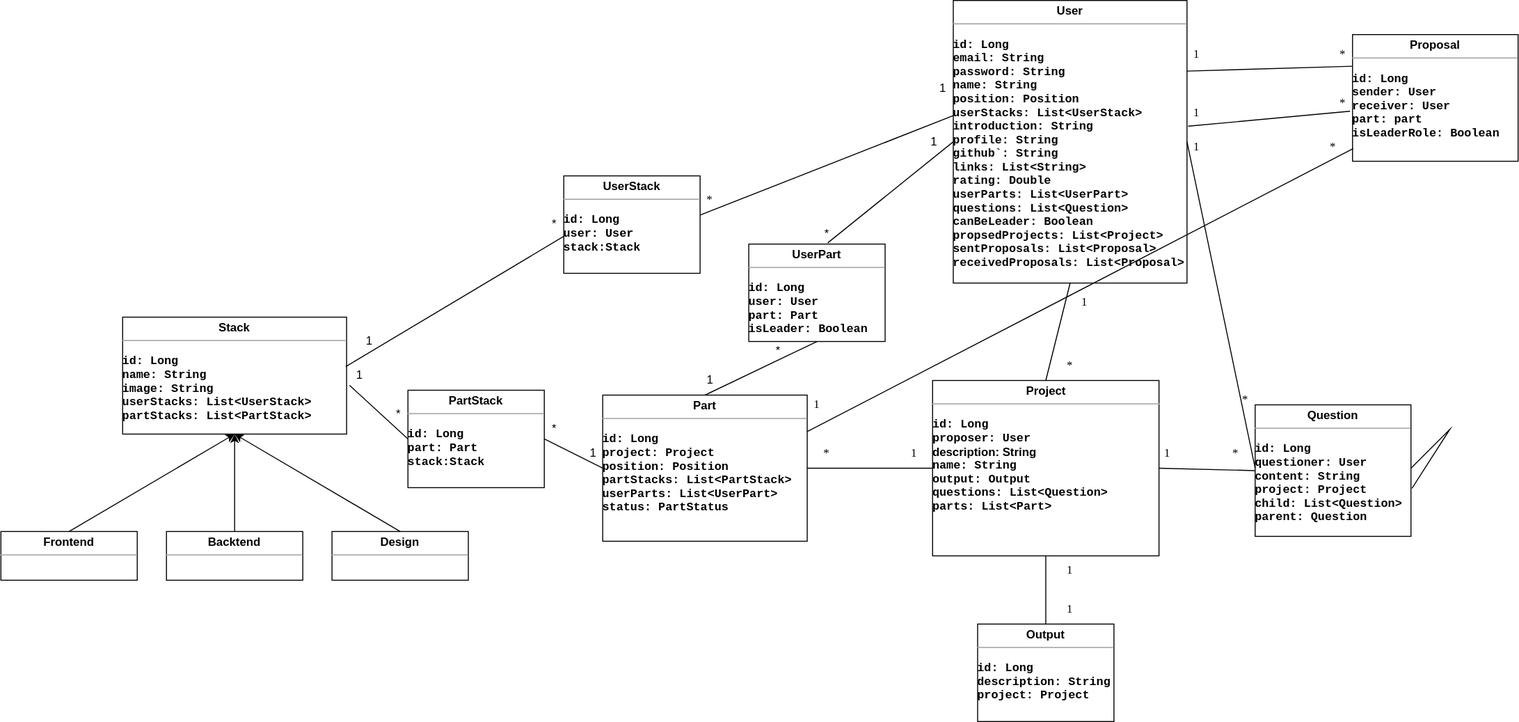
Before: entity_diagram.drawio.svg, a diagram exported from draw.io (zelo0/cruit). Source tidied: cells renumbered, new cells last; positions are measured from the earlier drawing's top-left corner, leaving out a move shared by most shapes.
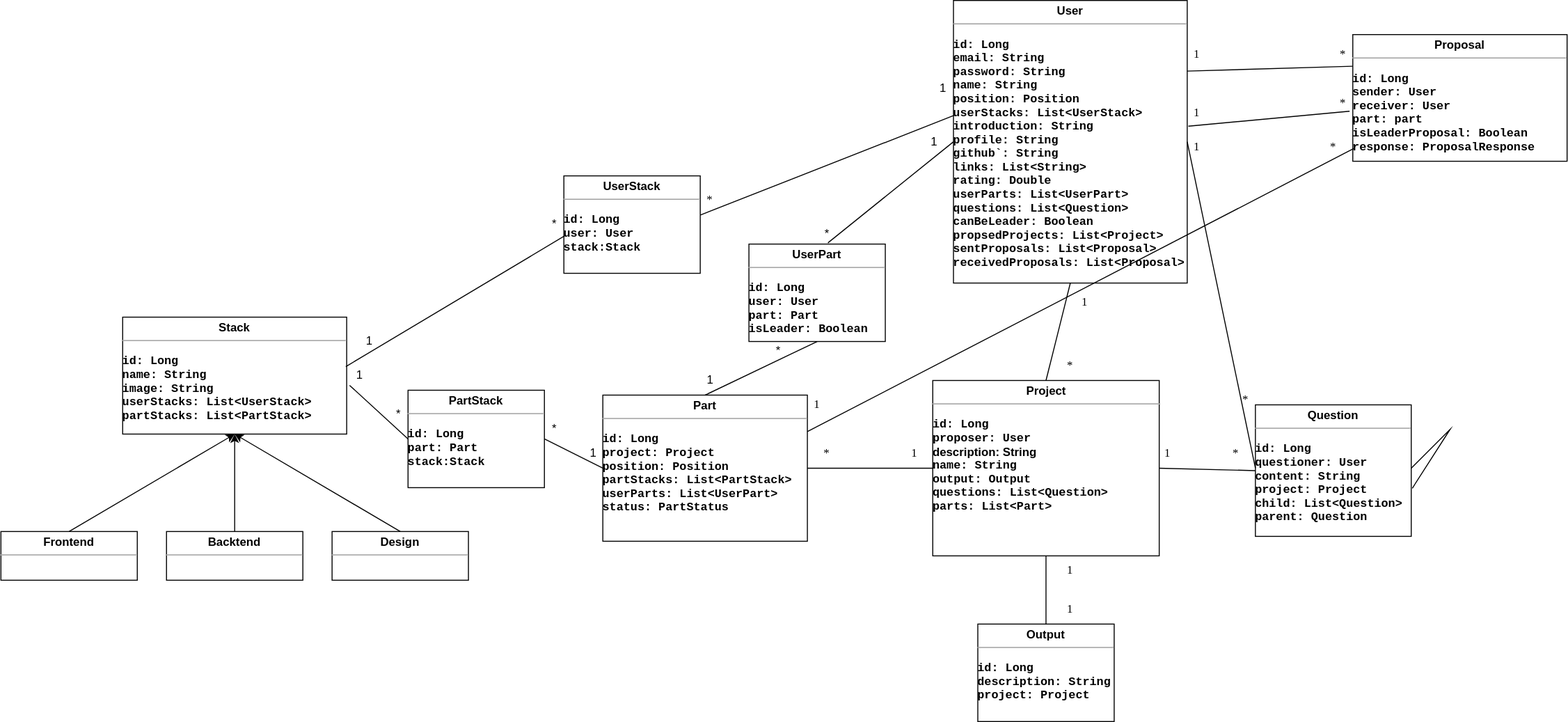
Later version of the same file.

Commit message:
isLeaderRole -> isLeaderProposal

What changed in the source:
```diff
@@ -159,8 +159,8 @@
     <mxCell id="51" value="&lt;pre style=&quot;background-color: #2b2b2b ; color: #a9b7c6 ; font-size: 9.8pt&quot;&gt;&lt;br&gt;&lt;/pre&gt;" style="text;whiteSpace=wrap;html=1;" parent="1" vertex="1">
       <mxGeometry x="958" y="300" width="30" height="60" as="geometry" />
     </mxCell>
-    <mxCell id="52" value="&lt;p style=&quot;margin: 0px ; margin-top: 4px ; text-align: center&quot;&gt;&lt;b&gt;Proposal&lt;/b&gt;&lt;/p&gt;&lt;hr size=&quot;1&quot;&gt;&lt;p&gt;&lt;/p&gt;&lt;pre style=&quot;height: 2px ; line-height: 1.5&quot;&gt;&lt;b&gt;id: Long&lt;/b&gt;&lt;/pre&gt;&lt;pre style=&quot;height: 2px ; line-height: 1.5&quot;&gt;&lt;b&gt;sender: User&lt;/b&gt;&lt;/pre&gt;&lt;pre style=&quot;height: 2px ; line-height: 1.5&quot;&gt;&lt;b&gt;receiver: User&lt;/b&gt;&lt;/pre&gt;&lt;pre style=&quot;height: 2px ; line-height: 1.5&quot;&gt;&lt;b&gt;part: part&lt;/b&gt;&lt;/pre&gt;&lt;pre style=&quot;height: 2px ; line-height: 1.5&quot;&gt;&lt;b&gt;isLeaderRole: Boolean &lt;/b&gt;&lt;/pre&gt;&lt;p&gt;&lt;/p&gt;" style="verticalAlign=top;align=left;overflow=fill;fontSize=12;fontFamily=Helvetica;html=1;" parent="1" vertex="1">
-      <mxGeometry x="1388" y="35" width="170" height="130" as="geometry" />
+    <mxCell id="52" value="&lt;p style=&quot;margin: 0px ; margin-top: 4px ; text-align: center&quot;&gt;&lt;b&gt;Proposal&lt;/b&gt;&lt;/p&gt;&lt;hr size=&quot;1&quot;&gt;&lt;p&gt;&lt;/p&gt;&lt;pre style=&quot;height: 2px ; line-height: 1.5&quot;&gt;&lt;b&gt;id: Long&lt;/b&gt;&lt;/pre&gt;&lt;pre style=&quot;height: 2px ; line-height: 1.5&quot;&gt;&lt;b&gt;sender: User&lt;/b&gt;&lt;/pre&gt;&lt;pre style=&quot;height: 2px ; line-height: 1.5&quot;&gt;&lt;b&gt;receiver: User&lt;/b&gt;&lt;/pre&gt;&lt;pre style=&quot;height: 2px ; line-height: 1.5&quot;&gt;&lt;b&gt;part: part&lt;/b&gt;&lt;/pre&gt;&lt;pre style=&quot;height: 2px ; line-height: 1.5&quot;&gt;&lt;b&gt;isLeaderProposal: Boolean&lt;/b&gt;&lt;/pre&gt;&lt;pre style=&quot;height: 2px ; line-height: 1.5&quot;&gt;&lt;b&gt;response: ProposalResponse &lt;/b&gt;&lt;/pre&gt;&lt;p&gt;&lt;/p&gt;" style="verticalAlign=top;align=left;overflow=fill;fontSize=12;fontFamily=Helvetica;html=1;" parent="1" vertex="1">
+      <mxGeometry x="1388" y="35" width="220" height="130" as="geometry" />
     </mxCell>
     <mxCell id="53" style="endArrow=none;html=1;rounded=0;entryX=-0.015;entryY=0.605;entryDx=0;entryDy=0;entryPerimeter=0;exitX=1.005;exitY=0.445;exitDx=0;exitDy=0;exitPerimeter=0;" parent="1" edge="1" source="2" target="52">
       <mxGeometry relative="1" as="geometry" />
```
